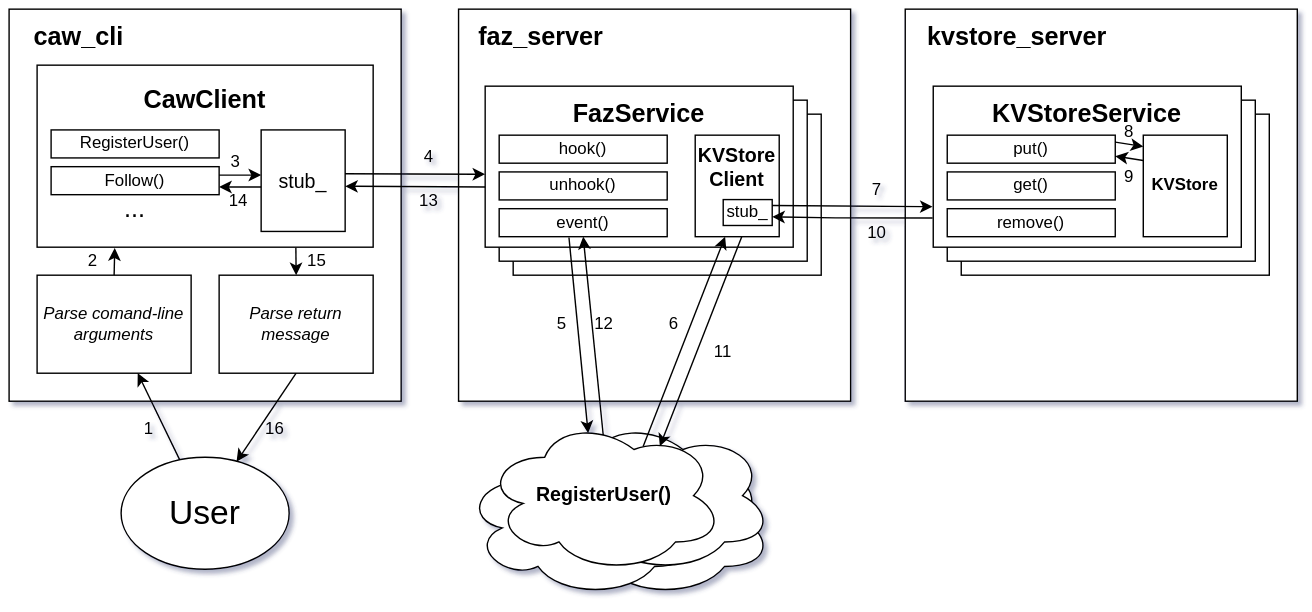
JanzenLiu/csci499_chengtsu keeps this draw.io diagram as images/arch_and_workflow.svg. Above is the earlier version. Source tidied: cells renumbered, new cells last; positions are measured from the earlier drawing's top-left corner, leaving out a move shared by most shapes. Its diagram source:
```xml
<mxGraphModel background="#ffffff">
  <root>
    <mxCell id="0" />
    <mxCell id="1" parent="0" />
    <mxCell id="2" style="ellipse;shape=cloud;whiteSpace=wrap;html=1;" parent="1" vertex="1">
      <mxGeometry x="375" y="310" width="170" height="110" as="geometry" />
    </mxCell>
    <mxCell id="3" style="ellipse;shape=cloud;whiteSpace=wrap;html=1;" parent="1" vertex="1">
      <mxGeometry x="325" y="310" width="170" height="110" as="geometry" />
    </mxCell>
    <mxCell id="4" style="rounded=0;whiteSpace=wrap;html=1;" parent="1" vertex="1">
      <mxGeometry width="280" height="280" as="geometry" />
    </mxCell>
    <mxCell id="5" style="edgeStyle=none;rounded=0;jettySize=auto;html=1;exitX=0.77;exitY=1.003;exitDx=0;exitDy=0;entryX=0.5;entryY=0;entryDx=0;entryDy=0;startArrow=none;startFill=0;exitPerimeter=0;" parent="1" edge="1" source="6" target="49">
      <mxGeometry relative="1" as="geometry" />
    </mxCell>
    <mxCell id="6" style="rounded=0;whiteSpace=wrap;html=1;" parent="1" vertex="1">
      <mxGeometry x="20" y="40" width="240" height="130" as="geometry" />
    </mxCell>
    <mxCell id="7" value="&lt;font style=&quot;font-size: 18px&quot;&gt;&lt;b&gt;caw_cli&lt;/b&gt;&lt;/font&gt;" style="text;html=1;strokeColor=none;fillColor=none;align=center;verticalAlign=middle;whiteSpace=wrap;rounded=0;" parent="1" vertex="1">
      <mxGeometry x="20" y="10" width="60" height="20" as="geometry" />
    </mxCell>
    <mxCell id="8" value="&lt;font style=&quot;font-size: 14px&quot;&gt;stub_&lt;/font&gt;" style="rounded=0;whiteSpace=wrap;html=1;" parent="1" vertex="1">
      <mxGeometry x="180" y="86.2" width="60" height="72.5" as="geometry" />
    </mxCell>
    <mxCell id="9" style="edgeStyle=none;rounded=0;jettySize=auto;html=1;exitX=0.5;exitY=0;exitDx=0;exitDy=0;entryX=0.231;entryY=1.005;entryDx=0;entryDy=0;entryPerimeter=0;" parent="1" edge="1" source="10" target="6">
      <mxGeometry relative="1" as="geometry" />
    </mxCell>
    <mxCell id="10" value="&lt;i&gt;Parse comand-line arguments&lt;/i&gt;" style="rounded=0;whiteSpace=wrap;html=1;" parent="1" vertex="1">
      <mxGeometry x="20" y="190" width="110" height="70" as="geometry" />
    </mxCell>
    <mxCell id="11" style="rounded=0;whiteSpace=wrap;html=1;" parent="1" vertex="1">
      <mxGeometry x="321" width="280" height="280" as="geometry" />
    </mxCell>
    <mxCell id="12" value="&lt;span style=&quot;font-size: 18px&quot;&gt;&lt;b&gt;faz_server&lt;/b&gt;&lt;/span&gt;" style="text;html=1;strokeColor=none;fillColor=none;align=center;verticalAlign=middle;whiteSpace=wrap;rounded=0;" parent="1" vertex="1">
      <mxGeometry x="340" y="10" width="80" height="20" as="geometry" />
    </mxCell>
    <mxCell id="13" style="rounded=0;whiteSpace=wrap;html=1;" parent="1" vertex="1">
      <mxGeometry x="360" y="75" width="220" height="115" as="geometry" />
    </mxCell>
    <mxCell id="14" style="rounded=0;whiteSpace=wrap;html=1;" parent="1" vertex="1">
      <mxGeometry x="350" y="65" width="220" height="115" as="geometry" />
    </mxCell>
    <mxCell id="15" style="rounded=0;whiteSpace=wrap;html=1;" parent="1" vertex="1">
      <mxGeometry x="340" y="55" width="220" height="115" as="geometry" />
    </mxCell>
    <mxCell id="16" style="rounded=0;whiteSpace=wrap;html=1;" parent="1" vertex="1">
      <mxGeometry x="490" y="90" width="60" height="72.5" as="geometry" />
    </mxCell>
    <mxCell id="17" value="&lt;font style=&quot;font-size: 18px&quot;&gt;&lt;b&gt;CawClient&lt;/b&gt;&lt;/font&gt;" style="text;html=1;strokeColor=none;fillColor=none;align=center;verticalAlign=middle;whiteSpace=wrap;rounded=0;" parent="1" vertex="1">
      <mxGeometry x="110" y="55" width="60" height="20" as="geometry" />
    </mxCell>
    <mxCell id="18" value="&lt;font style=&quot;font-size: 18px&quot;&gt;&lt;b&gt;FazService&lt;/b&gt;&lt;/font&gt;" style="text;html=1;strokeColor=none;fillColor=none;align=center;verticalAlign=middle;whiteSpace=wrap;rounded=0;" parent="1" vertex="1">
      <mxGeometry x="420" y="65" width="60" height="20" as="geometry" />
    </mxCell>
    <mxCell id="19" value="hook()" style="rounded=0;whiteSpace=wrap;html=1;" parent="1" vertex="1">
      <mxGeometry x="350" y="90" width="120" height="20" as="geometry" />
    </mxCell>
    <mxCell id="20" value="unhook()" style="rounded=0;whiteSpace=wrap;html=1;" parent="1" vertex="1">
      <mxGeometry x="350" y="116.2" width="120" height="20" as="geometry" />
    </mxCell>
    <mxCell id="21" style="edgeStyle=none;rounded=0;orthogonalLoop=1;jettySize=auto;html=1;exitX=0.457;exitY=1.03;exitDx=0;exitDy=0;entryX=0.462;entryY=0.094;entryDx=0;entryDy=0;entryPerimeter=0;startArrow=none;startFill=0;exitPerimeter=0;" parent="1" edge="1">
      <mxGeometry relative="1" as="geometry">
        <mxPoint x="399.8" y="163.1" as="sourcePoint" />
        <mxPoint x="413.5" y="302.8" as="targetPoint" />
      </mxGeometry>
    </mxCell>
    <mxCell id="22" value="event()" style="rounded=0;whiteSpace=wrap;html=1;" parent="1" vertex="1">
      <mxGeometry x="350" y="142.5" width="120" height="20" as="geometry" />
    </mxCell>
    <mxCell id="23" value="stub_" style="rounded=0;whiteSpace=wrap;html=1;" parent="1" vertex="1">
      <mxGeometry x="510" y="136" width="35" height="18.5" as="geometry" />
    </mxCell>
    <mxCell id="24" value="&lt;font&gt;&lt;b&gt;&lt;font style=&quot;font-size: 14px&quot;&gt;KVStore&lt;br&gt;Client&lt;/font&gt;&lt;br&gt;&lt;/b&gt;&lt;/font&gt;" style="text;html=1;strokeColor=none;fillColor=none;align=center;verticalAlign=middle;whiteSpace=wrap;rounded=0;" parent="1" vertex="1">
      <mxGeometry x="490" y="102.5" width="60" height="20" as="geometry" />
    </mxCell>
    <mxCell id="25" style="rounded=0;whiteSpace=wrap;html=1;" parent="1" vertex="1">
      <mxGeometry x="640" width="280" height="280" as="geometry" />
    </mxCell>
    <mxCell id="26" value="&lt;span style=&quot;font-size: 18px&quot;&gt;&lt;b&gt;kvstore_server&lt;/b&gt;&lt;/span&gt;" style="text;html=1;strokeColor=none;fillColor=none;align=center;verticalAlign=middle;whiteSpace=wrap;rounded=0;" parent="1" vertex="1">
      <mxGeometry x="680" y="10" width="80" height="20" as="geometry" />
    </mxCell>
    <mxCell id="27" style="rounded=0;whiteSpace=wrap;html=1;" parent="1" vertex="1">
      <mxGeometry x="680" y="75" width="220" height="115" as="geometry" />
    </mxCell>
    <mxCell id="28" style="rounded=0;whiteSpace=wrap;html=1;" parent="1" vertex="1">
      <mxGeometry x="670" y="65" width="220" height="115" as="geometry" />
    </mxCell>
    <mxCell id="29" style="rounded=0;whiteSpace=wrap;html=1;" parent="1" vertex="1">
      <mxGeometry x="660" y="55" width="220" height="115" as="geometry" />
    </mxCell>
    <mxCell id="30" style="edgeStyle=none;rounded=0;jettySize=auto;html=1;entryX=1;entryY=0.75;entryDx=0;entryDy=0;exitX=0;exitY=0.25;exitDx=0;exitDy=0;" parent="1" edge="1" source="31" target="34">
      <mxGeometry relative="1" as="geometry" />
    </mxCell>
    <mxCell id="31" value="&lt;b&gt;KVStore&lt;/b&gt;" style="rounded=0;whiteSpace=wrap;html=1;" parent="1" vertex="1">
      <mxGeometry x="810" y="90" width="60" height="72.5" as="geometry" />
    </mxCell>
    <mxCell id="32" value="&lt;font style=&quot;font-size: 18px&quot;&gt;&lt;b&gt;KVStoreService&lt;/b&gt;&lt;/font&gt;" style="text;html=1;strokeColor=none;fillColor=none;align=center;verticalAlign=middle;whiteSpace=wrap;rounded=0;" parent="1" vertex="1">
      <mxGeometry x="740" y="65" width="60" height="20" as="geometry" />
    </mxCell>
    <mxCell id="33" style="edgeStyle=none;rounded=0;jettySize=auto;html=1;exitX=1;exitY=0.25;exitDx=0;exitDy=0;entryX=0;entryY=0.112;entryDx=0;entryDy=0;entryPerimeter=0;" parent="1" edge="1" source="34" target="31">
      <mxGeometry relative="1" as="geometry" />
    </mxCell>
    <mxCell id="34" value="put()" style="rounded=0;whiteSpace=wrap;html=1;" parent="1" vertex="1">
      <mxGeometry x="670" y="90" width="120" height="20" as="geometry" />
    </mxCell>
    <mxCell id="35" value="get()" style="rounded=0;whiteSpace=wrap;html=1;" parent="1" vertex="1">
      <mxGeometry x="670" y="116.2" width="120" height="20" as="geometry" />
    </mxCell>
    <mxCell id="36" value="remove()" style="rounded=0;whiteSpace=wrap;html=1;" parent="1" vertex="1">
      <mxGeometry x="670" y="142.5" width="120" height="20" as="geometry" />
    </mxCell>
    <mxCell id="37" style="rounded=0;jettySize=auto;html=1;" parent="1" edge="1" source="38" target="10">
      <mxGeometry relative="1" as="geometry" />
    </mxCell>
    <mxCell id="38" value="&lt;font style=&quot;font-size: 24px&quot;&gt;User&lt;/font&gt;" style="ellipse;whiteSpace=wrap;html=1;" parent="1" vertex="1">
      <mxGeometry x="80" y="320" width="120" height="80" as="geometry" />
    </mxCell>
    <mxCell id="39" value="RegisterUser()" style="rounded=0;whiteSpace=wrap;html=1;" parent="1" vertex="1">
      <mxGeometry x="30" y="86.2" width="120" height="20" as="geometry" />
    </mxCell>
    <mxCell id="40" value="Follow()" style="rounded=0;whiteSpace=wrap;html=1;" parent="1" vertex="1">
      <mxGeometry x="30" y="112.5" width="120" height="20" as="geometry" />
    </mxCell>
    <mxCell id="41" style="edgeStyle=none;rounded=0;orthogonalLoop=1;jettySize=auto;html=1;exitX=1;exitY=0.5;exitDx=0;exitDy=0;entryX=0;entryY=0.5;entryDx=0;entryDy=0;" parent="1" edge="1">
      <mxGeometry relative="1" as="geometry">
        <mxPoint x="150" y="118.5" as="sourcePoint" />
        <mxPoint x="180" y="118.5" as="targetPoint" />
      </mxGeometry>
    </mxCell>
    <mxCell id="42" style="edgeStyle=none;rounded=0;jettySize=auto;html=1;exitX=1;exitY=0.5;exitDx=0;exitDy=0;entryX=0;entryY=0.547;entryDx=0;entryDy=0;entryPerimeter=0;" parent="1" edge="1" target="15">
      <mxGeometry relative="1" as="geometry">
        <mxPoint x="240" y="117.5" as="sourcePoint" />
      </mxGeometry>
    </mxCell>
    <mxCell id="43" style="edgeStyle=none;rounded=0;orthogonalLoop=1;jettySize=auto;html=1;exitX=1;exitY=0.5;exitDx=0;exitDy=0;entryX=-0.002;entryY=0.792;entryDx=0;entryDy=0;entryPerimeter=0;" parent="1" edge="1">
      <mxGeometry relative="1" as="geometry">
        <mxPoint x="545" y="140.2" as="sourcePoint" />
        <mxPoint x="659.6" y="141.1" as="targetPoint" />
      </mxGeometry>
    </mxCell>
    <mxCell id="44" value="&lt;font style=&quot;font-size: 18px&quot;&gt;...&lt;/font&gt;" style="text;html=1;strokeColor=none;fillColor=none;align=center;verticalAlign=middle;whiteSpace=wrap;rounded=0;" parent="1" vertex="1">
      <mxGeometry x="70" y="132.5" width="40" height="20" as="geometry" />
    </mxCell>
    <mxCell id="45" style="edgeStyle=none;rounded=0;orthogonalLoop=1;jettySize=auto;html=1;exitX=1;exitY=0.5;exitDx=0;exitDy=0;entryX=-0.002;entryY=0.792;entryDx=0;entryDy=0;entryPerimeter=0;" parent="1" edge="1">
      <mxGeometry relative="1" as="geometry">
        <mxPoint x="659.6" y="149.2" as="sourcePoint" />
        <mxPoint x="545" y="148.3" as="targetPoint" />
        <Array as="points">
          <mxPoint x="590" y="149.1" />
        </Array>
      </mxGeometry>
    </mxCell>
    <mxCell id="46" style="edgeStyle=none;rounded=0;orthogonalLoop=1;jettySize=auto;html=1;entryX=0;entryY=0.5;entryDx=0;entryDy=0;" parent="1" edge="1">
      <mxGeometry relative="1" as="geometry">
        <mxPoint x="340" y="127" as="sourcePoint" />
        <mxPoint x="240" y="126.5" as="targetPoint" />
      </mxGeometry>
    </mxCell>
    <mxCell id="47" style="edgeStyle=none;rounded=0;orthogonalLoop=1;jettySize=auto;html=1;exitX=1;exitY=0.5;exitDx=0;exitDy=0;entryX=0;entryY=0.5;entryDx=0;entryDy=0;" parent="1" edge="1">
      <mxGeometry relative="1" as="geometry">
        <mxPoint x="180" y="127" as="sourcePoint" />
        <mxPoint x="150" y="127" as="targetPoint" />
      </mxGeometry>
    </mxCell>
    <mxCell id="48" style="edgeStyle=none;rounded=0;jettySize=auto;html=1;exitX=0.5;exitY=1;exitDx=0;exitDy=0;startArrow=none;startFill=0;entryX=0.687;entryY=0.04;entryDx=0;entryDy=0;entryPerimeter=0;" parent="1" edge="1" source="49" target="38">
      <mxGeometry relative="1" as="geometry" />
    </mxCell>
    <mxCell id="49" value="&lt;i&gt;Parse return message&lt;/i&gt;" style="rounded=0;whiteSpace=wrap;html=1;" parent="1" vertex="1">
      <mxGeometry x="150" y="190" width="110" height="70" as="geometry" />
    </mxCell>
    <mxCell id="50" style="ellipse;shape=cloud;whiteSpace=wrap;html=1;" parent="1" vertex="1">
      <mxGeometry x="375" y="292.5" width="170" height="110" as="geometry" />
    </mxCell>
    <mxCell id="51" value="&lt;b&gt;&lt;font style=&quot;font-size: 14px&quot;&gt;RegisterUser()&lt;/font&gt;&lt;/b&gt;" style="ellipse;shape=cloud;whiteSpace=wrap;html=1;" parent="1" vertex="1">
      <mxGeometry x="340" y="292.5" width="170" height="110" as="geometry" />
    </mxCell>
    <mxCell id="52" style="edgeStyle=none;rounded=0;jettySize=auto;html=1;exitX=0.664;exitY=0.179;exitDx=0;exitDy=0;exitPerimeter=0;startArrow=none;startFill=0;entryX=0.356;entryY=1;entryDx=0;entryDy=0;entryPerimeter=0;" parent="1" edge="1" source="51" target="16">
      <mxGeometry relative="1" as="geometry" />
    </mxCell>
    <mxCell id="53" style="edgeStyle=none;rounded=0;jettySize=auto;html=1;exitX=0.496;exitY=0.107;exitDx=0;exitDy=0;startArrow=none;startFill=0;exitPerimeter=0;entryX=0.496;entryY=0.107;entryDx=0;entryDy=0;entryPerimeter=0;" parent="1" edge="1" source="51">
      <mxGeometry relative="1" as="geometry">
        <mxPoint x="410" y="162.5" as="targetPoint" />
      </mxGeometry>
    </mxCell>
    <mxCell id="54" style="edgeStyle=none;rounded=0;orthogonalLoop=1;jettySize=auto;html=1;exitX=0.664;exitY=0.179;exitDx=0;exitDy=0;exitPerimeter=0;startArrow=none;startFill=0;entryX=0.356;entryY=1;entryDx=0;entryDy=0;entryPerimeter=0;" parent="1" edge="1">
      <mxGeometry relative="1" as="geometry">
        <mxPoint x="523.2" y="162.5" as="sourcePoint" />
        <mxPoint x="464.8" y="312.2" as="targetPoint" />
      </mxGeometry>
    </mxCell>
    <mxCell id="55" value="1" style="text;html=1;strokeColor=none;fillColor=none;align=center;verticalAlign=middle;whiteSpace=wrap;rounded=0;" parent="1" vertex="1">
      <mxGeometry x="80" y="290" width="40" height="20" as="geometry" />
    </mxCell>
    <mxCell id="56" value="2" style="text;html=1;strokeColor=none;fillColor=none;align=center;verticalAlign=middle;whiteSpace=wrap;rounded=0;" parent="1" vertex="1">
      <mxGeometry x="40" y="170" width="40" height="20" as="geometry" />
    </mxCell>
    <mxCell id="57" value="3" style="text;html=1;strokeColor=none;fillColor=none;align=center;verticalAlign=middle;whiteSpace=wrap;rounded=0;" parent="1" vertex="1">
      <mxGeometry x="144" y="98.2" width="36" height="21.8" as="geometry" />
    </mxCell>
    <mxCell id="58" value="4" style="text;html=1;strokeColor=none;fillColor=none;align=center;verticalAlign=middle;whiteSpace=wrap;rounded=0;" parent="1" vertex="1">
      <mxGeometry x="280" y="96.2" width="40" height="20" as="geometry" />
    </mxCell>
    <mxCell id="59" value="5" style="text;html=1;strokeColor=none;fillColor=none;align=center;verticalAlign=middle;whiteSpace=wrap;rounded=0;" parent="1" vertex="1">
      <mxGeometry x="375" y="215" width="40" height="20" as="geometry" />
    </mxCell>
    <mxCell id="60" value="6" style="text;html=1;strokeColor=none;fillColor=none;align=center;verticalAlign=middle;whiteSpace=wrap;rounded=0;" parent="1" vertex="1">
      <mxGeometry x="455" y="215" width="40" height="20" as="geometry" />
    </mxCell>
    <mxCell id="61" value="7" style="text;html=1;strokeColor=none;fillColor=none;align=center;verticalAlign=middle;whiteSpace=wrap;rounded=0;" parent="1" vertex="1">
      <mxGeometry x="600" y="118.8" width="40" height="20" as="geometry" />
    </mxCell>
    <mxCell id="62" value="8" style="text;html=1;strokeColor=none;fillColor=none;align=center;verticalAlign=middle;whiteSpace=wrap;rounded=0;" parent="1" vertex="1">
      <mxGeometry x="780" y="78.2" width="40" height="20" as="geometry" />
    </mxCell>
    <mxCell id="63" value="9" style="text;html=1;strokeColor=none;fillColor=none;align=center;verticalAlign=middle;whiteSpace=wrap;rounded=0;" parent="1" vertex="1">
      <mxGeometry x="780" y="110" width="40" height="20" as="geometry" />
    </mxCell>
    <mxCell id="64" value="10" style="text;html=1;strokeColor=none;fillColor=none;align=center;verticalAlign=middle;whiteSpace=wrap;rounded=0;" parent="1" vertex="1">
      <mxGeometry x="600" y="150" width="40" height="20" as="geometry" />
    </mxCell>
    <mxCell id="65" value="11" style="text;html=1;strokeColor=none;fillColor=none;align=center;verticalAlign=middle;whiteSpace=wrap;rounded=0;" parent="1" vertex="1">
      <mxGeometry x="490" y="235" width="40" height="20" as="geometry" />
    </mxCell>
    <mxCell id="66" value="12" style="text;html=1;strokeColor=none;fillColor=none;align=center;verticalAlign=middle;whiteSpace=wrap;rounded=0;" parent="1" vertex="1">
      <mxGeometry x="405" y="215" width="40" height="20" as="geometry" />
    </mxCell>
    <mxCell id="67" value="13" style="text;html=1;strokeColor=none;fillColor=none;align=center;verticalAlign=middle;whiteSpace=wrap;rounded=0;" parent="1" vertex="1">
      <mxGeometry x="280" y="127" width="40" height="20" as="geometry" />
    </mxCell>
    <mxCell id="68" value="14" style="text;html=1;strokeColor=none;fillColor=none;align=center;verticalAlign=middle;whiteSpace=wrap;rounded=0;" parent="1" vertex="1">
      <mxGeometry x="144" y="127" width="40" height="20" as="geometry" />
    </mxCell>
    <mxCell id="69" value="15" style="text;html=1;strokeColor=none;fillColor=none;align=center;verticalAlign=middle;whiteSpace=wrap;rounded=0;" parent="1" vertex="1">
      <mxGeometry x="200" y="170" width="40" height="20" as="geometry" />
    </mxCell>
    <mxCell id="70" value="16" style="text;html=1;strokeColor=none;fillColor=none;align=center;verticalAlign=middle;whiteSpace=wrap;rounded=0;" parent="1" vertex="1">
      <mxGeometry x="170" y="290" width="40" height="20" as="geometry" />
    </mxCell>
    <mxCell id="71" style="edgeStyle=none;rounded=0;orthogonalLoop=1;jettySize=auto;html=1;exitX=0.75;exitY=0;exitDx=0;exitDy=0;startArrow=none;startFill=0;" parent="1" edge="1" source="49" target="49">
      <mxGeometry relative="1" as="geometry" />
    </mxCell>
  </root>
</mxGraphModel>
```
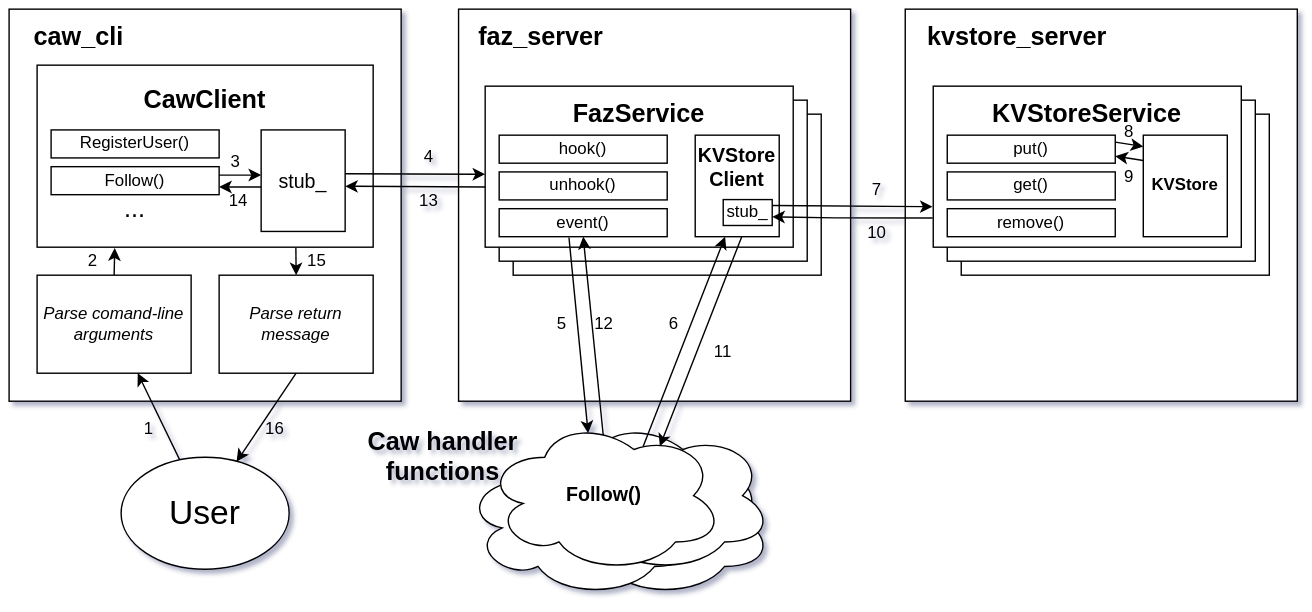
The same file after the commit.

Commit message:
Update arch diagram and README

Diff of the diagram source:
```diff
@@ -172,7 +172,7 @@
     <mxCell id="50" style="ellipse;shape=cloud;whiteSpace=wrap;html=1;" parent="1" vertex="1">
       <mxGeometry x="375" y="292.5" width="170" height="110" as="geometry" />
     </mxCell>
-    <mxCell id="51" value="&lt;b&gt;&lt;font style=&quot;font-size: 14px&quot;&gt;RegisterUser()&lt;/font&gt;&lt;/b&gt;" style="ellipse;shape=cloud;whiteSpace=wrap;html=1;" parent="1" vertex="1">
+    <mxCell id="51" value="&lt;b&gt;&lt;font style=&quot;font-size: 14px&quot;&gt;Follow()&lt;/font&gt;&lt;/b&gt;" style="ellipse;shape=cloud;whiteSpace=wrap;html=1;" parent="1" vertex="1">
       <mxGeometry x="340" y="292.5" width="170" height="110" as="geometry" />
     </mxCell>
     <mxCell id="52" style="edgeStyle=none;rounded=0;jettySize=auto;html=1;exitX=0.664;exitY=0.179;exitDx=0;exitDy=0;exitPerimeter=0;startArrow=none;startFill=0;entryX=0.356;entryY=1;entryDx=0;entryDy=0;entryPerimeter=0;" parent="1" edge="1" source="51" target="16">
@@ -240,5 +240,8 @@
     <mxCell id="71" style="edgeStyle=none;rounded=0;orthogonalLoop=1;jettySize=auto;html=1;exitX=0.75;exitY=0;exitDx=0;exitDy=0;startArrow=none;startFill=0;" parent="1" edge="1" source="49" target="49">
       <mxGeometry relative="1" as="geometry" />
     </mxCell>
+    <mxCell id="72" value="&lt;font style=&quot;font-size: 18px&quot;&gt;&lt;b&gt;Caw handler functions&lt;/b&gt;&lt;/font&gt;" style="text;html=1;strokeColor=none;fillColor=none;align=center;verticalAlign=middle;whiteSpace=wrap;rounded=0;" parent="1" vertex="1">
+      <mxGeometry x="250" y="310" width="120" height="20" as="geometry" />
+    </mxCell>
   </root>
 </mxGraphModel>
```
